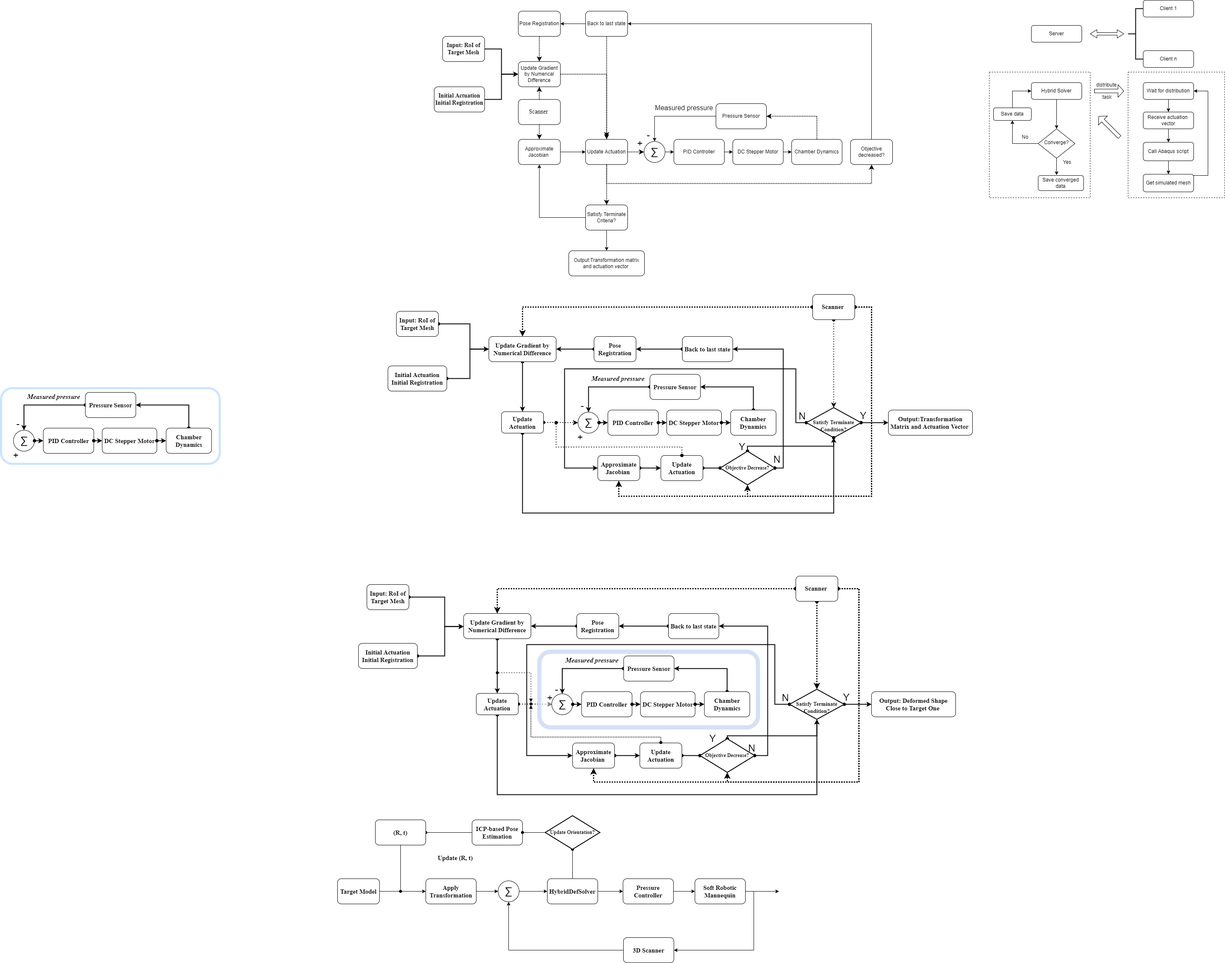
The draw.io diagram flowchart.png in YingGwan/TyporaUploadImg, before a commit. Source tidied: cells renumbered, new cells last; positions are measured from the earlier drawing's top-left corner, leaving out a move shared by most shapes.
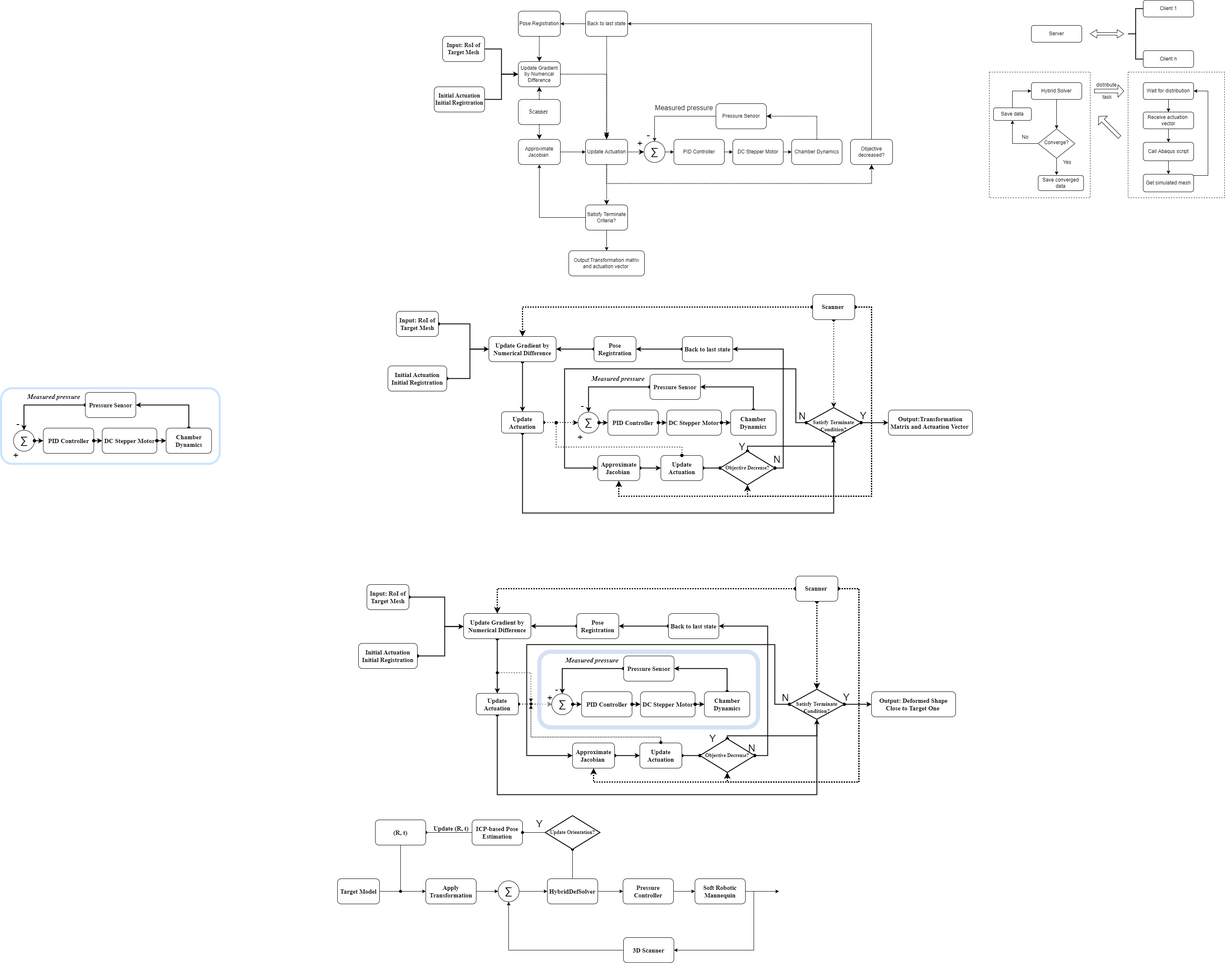
The same file after the commit.

What changed in the source:
```diff
@@ -751,7 +751,7 @@
       <mxGeometry x="1120" y="1950" width="120" height="60" as="geometry" />
     </mxCell>
     <mxCell id="203" value="&lt;font face=&quot;Times New Roman&quot; size=&quot;1&quot;&gt;&lt;b style=&quot;font-size: 15px&quot;&gt;Update (R, t)&lt;/b&gt;&lt;/font&gt;" style="text;html=1;align=center;verticalAlign=middle;strokeColor=none;fillColor=none;" parent="1" vertex="1">
-      <mxGeometry x="1030" y="2030" width="100" height="20" as="geometry" />
+      <mxGeometry x="1020" y="1960" width="100" height="20" as="geometry" />
     </mxCell>
     <mxCell id="204" style="edgeStyle=orthogonalEdgeStyle;rounded=0;jettySize=auto;html=1;exitX=0;exitY=0.5;exitDx=0;exitDy=0;exitPerimeter=0;entryX=1;entryY=0.5;entryDx=0;entryDy=0;fontSize=15;endArrow=oval;endFill=1;" parent="1" edge="1" source="205" target="202">
       <mxGeometry relative="1" as="geometry" />
@@ -770,5 +770,8 @@
     <mxCell id="207" value="&lt;font face=&quot;Times New Roman&quot; size=&quot;1&quot;&gt;&lt;b style=&quot;font-size: 15px&quot;&gt;(R, t)&lt;/b&gt;&lt;/font&gt;" style="rounded=1;whiteSpace=wrap;html=1;" parent="1" vertex="1">
       <mxGeometry x="890" y="1950" width="120" height="60" as="geometry" />
     </mxCell>
+    <mxCell id="208" value="&lt;font style=&quot;font-size: 23px&quot;&gt;Y&lt;/font&gt;" style="text;html=1;align=center;verticalAlign=middle;strokeColor=none;fillColor=none;" parent="1" vertex="1">
+      <mxGeometry x="1265" y="1950" width="30" height="20" as="geometry" />
+    </mxCell>
   </root>
 </mxGraphModel>
```
